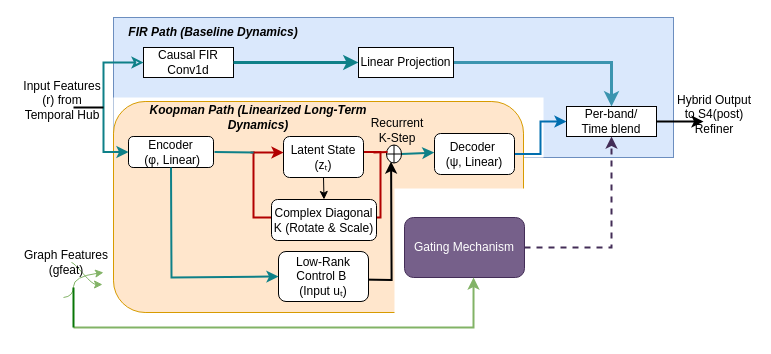
The draw.io diagram src/Kopame.drawio in drchk/Timeseries_fuction, before the edit. Source tidied: cells renumbered, new cells numbered last; positions are measured from the earlier drawing's top-left corner, leaving out a move shared by most shapes. Both pictures are drawn from the tidied source at 100%, with x=0, y=0 at pixel (17, 17).
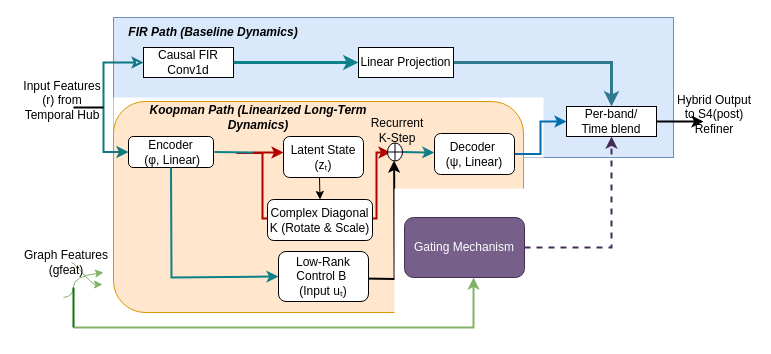
Above is the later version.

The change refers to these unchanged cells:
```xml
<mxCell id="4" value="Causal FIR&lt;div&gt;Conv1d&lt;/div&gt;" style="rounded=0;whiteSpace=wrap;html=1;" parent="1" vertex="1">
  <mxGeometry x="126" y="30" width="90" height="30" as="geometry" />
</mxCell>
<mxCell id="6" value="Linear Projection" style="rounded=0;whiteSpace=wrap;html=1;" parent="1" vertex="1">
  <mxGeometry x="341" y="30" width="95" height="30" as="geometry" />
</mxCell>
<mxCell id="7" value="Per-band/&lt;div&gt;Time blend&lt;/div&gt;" style="rounded=0;whiteSpace=wrap;html=1;" parent="1" vertex="1">
  <mxGeometry x="549" y="89" width="90" height="30" as="geometry" />
</mxCell>
<mxCell id="12" value="Encoder&lt;div&gt;&amp;nbsp;(φ, Linear)&lt;/div&gt;" style="rounded=1;whiteSpace=wrap;html=1;" parent="1" vertex="1">
  <mxGeometry x="111" y="119" width="85" height="31" as="geometry" />
</mxCell>
<mxCell id="14" value="Latent State (zₜ)" style="rounded=1;whiteSpace=wrap;html=1;" parent="1" vertex="1">
  <mxGeometry x="266" y="119" width="80" height="41" as="geometry" />
</mxCell>
```

What changed in the source:
```diff
@@
-    <mxCell id="5" style="edgeStyle=orthogonalEdgeStyle;rounded=0;jettySize=auto;html=1;exitX=1;exitY=0.5;exitDx=0;exitDy=0;strokeWidth=3;fillColor=#1ba1e2;strokeColor=#3B94AF;" parent="1" edge="1" source="6" target="7">
+    <mxCell id="5" style="edgeStyle=orthogonalEdgeStyle;rounded=0;jettySize=auto;html=1;exitX=1;exitY=0.5;exitDx=0;exitDy=0;strokeWidth=3;fillColor=#1ba1e2;strokeColor=#2F788D;" parent="1" edge="1" source="6" target="7">
       <mxGeometry relative="1" as="geometry" />
     </mxCell>
@@
-    <mxCell id="13" style="edgeStyle=orthogonalEdgeStyle;rounded=0;orthogonalLoop=1;jettySize=auto;html=1;exitX=1;exitY=0.5;exitDx=0;exitDy=0;endArrow=none;endFill=0;fillColor=#e51400;strokeColor=#B20000;strokeWidth=2;" parent="1" edge="1">
+    <mxCell id="13" style="edgeStyle=orthogonalEdgeStyle;rounded=0;orthogonalLoop=1;jettySize=auto;html=1;endArrow=none;endFill=0;fillColor=#e51400;strokeColor=#B20000;strokeWidth=2;startArrow=classic;startFill=1;" parent="1" edge="1">
       <mxGeometry relative="1" as="geometry">
-        <mxPoint x="343" y="134.5" as="sourcePoint" />
-        <mxPoint x="233" y="135" as="targetPoint" />
+        <mxPoint x="373" y="135" as="sourcePoint" />
+        <mxPoint x="219" y="135.5" as="targetPoint" />
         <Array as="points">
-          <mxPoint x="363" y="135" />
-          <mxPoint x="363" y="200" />
-          <mxPoint x="236" y="200" />
-          <mxPoint x="236" y="135" />
+          <mxPoint x="359" y="135" />
+          <mxPoint x="359" y="201" />
+          <mxPoint x="245" y="201" />
+          <mxPoint x="245" y="136" />
         </Array>
       </mxGeometry>
     </mxCell>
@@
     <mxCell id="15" value="Complex Diagonal K (Rotate &amp;amp; Scale)" style="rounded=1;whiteSpace=wrap;html=1;" parent="1" vertex="1">
-      <mxGeometry x="254" y="182" width="105" height="41" as="geometry" />
+      <mxGeometry x="250" y="182" width="105" height="41" as="geometry" />
     </mxCell>
     <mxCell id="16" style="edgeStyle=orthogonalEdgeStyle;rounded=0;orthogonalLoop=1;jettySize=auto;html=1;exitX=1;exitY=0.5;exitDx=0;exitDy=0;entryX=1;entryY=1;entryDx=0;entryDy=0;strokeWidth=2;" parent="1" edge="1">
       <mxGeometry relative="1" as="geometry">
-        <mxPoint x="342" y="262" as="sourcePoint" />
-        <mxPoint x="373.6" y="144.1" as="targetPoint" />
+        <mxPoint x="345" y="261" as="sourcePoint" />
+        <mxPoint x="376.6" y="143.1" as="targetPoint" />
       </mxGeometry>
     </mxCell>
@@
-    <mxCell id="23" style="edgeStyle=orthogonalEdgeStyle;rounded=0;jettySize=auto;html=1;exitX=0;exitY=0.5;exitDx=0;exitDy=0;entryX=0;entryY=0.5;entryDx=0;entryDy=0;startArrow=classic;startFill=0;fillColor=#b0e3e6;strokeColor=#0e8088;strokeWidth=2;" parent="1" edge="1" source="4" target="12">
+    <mxCell id="23" style="edgeStyle=orthogonalEdgeStyle;rounded=0;jettySize=auto;html=1;exitX=0;exitY=0.5;exitDx=0;exitDy=0;entryX=0;entryY=0.5;entryDx=0;entryDy=0;startArrow=classic;startFill=0;fillColor=#b0e3e6;strokeColor=#0D7880;strokeWidth=2;" parent="1" edge="1" source="4" target="12">
       <mxGeometry relative="1" as="geometry">
         <Array as="points">
           <mxPoint x="86" y="45" />
           <mxPoint x="86" y="135" />
         </Array>
       </mxGeometry>
     </mxCell>
@@
-    <mxCell id="33" style="endArrow=classic;html=1;rounded=0;exitX=0.5;exitY=1;exitDx=0;exitDy=0;entryX=0.5;entryY=0;entryDx=0;entryDy=0;" parent="1" edge="1" source="14" target="15">
-      <mxGeometry relative="1" as="geometry" />
+    <mxCell id="33" style="endArrow=classic;html=1;rounded=0;exitX=0.5;exitY=1;exitDx=0;exitDy=0;entryX=0.5;entryY=0;entryDx=0;entryDy=0;" parent="1" edge="1" target="15">
+      <mxGeometry relative="1" as="geometry">
+        <mxPoint x="302" y="160" as="sourcePoint" />
+      </mxGeometry>
     </mxCell>
@@
     <mxCell id="39" style="shape=orEllipse;perimeter=ellipsePerimeter;whiteSpace=wrap;html=1;backgroundOutline=1;" parent="1" vertex="1">
-      <mxGeometry x="369" y="127.5" width="15" height="18" as="geometry" />
+      <mxGeometry x="370" y="125.5" width="15" height="18" as="geometry" />
     </mxCell>
-    <mxCell id="40" style="endArrow=none;html=1;rounded=0;entryX=0;entryY=0.5;entryDx=0;entryDy=0;strokeWidth=2;fillColor=#e51400;strokeColor=#B20000;" parent="1" edge="1">
-      <mxGeometry relative="1" as="geometry">
-        <mxPoint x="356" y="135" as="sourcePoint" />
-        <mxPoint x="370" y="134.5" as="targetPoint" />
-      </mxGeometry>
-    </mxCell>
```
